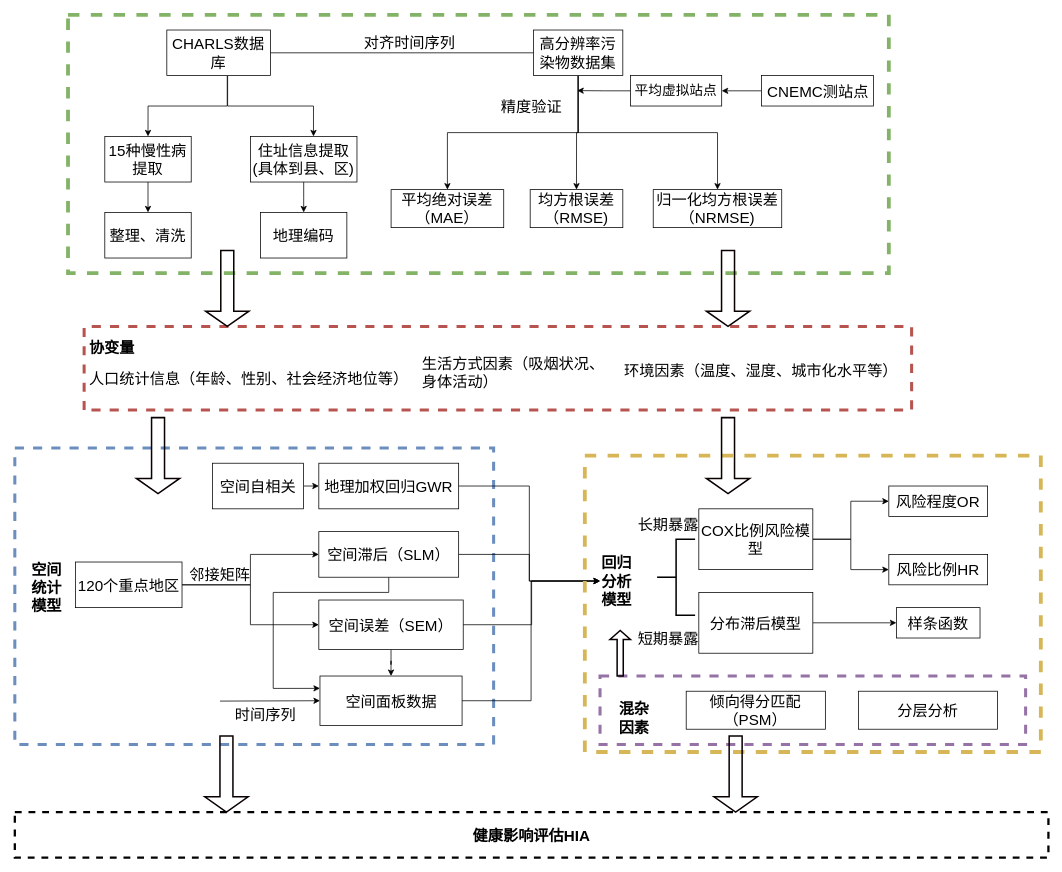
1059363121/iodraw-files keeps this draw.io diagram as page "第 1 页" (1 of 2) of all/技术路线.drawio. Above is the earlier version. Source tidied: cells renumbered, new cells numbered last; positions are measured from the earlier drawing's top-left corner, leaving out a move shared by most shapes. Both pictures are drawn from the tidied source at 76%, with x=0, y=0 at pixel (14, -46).
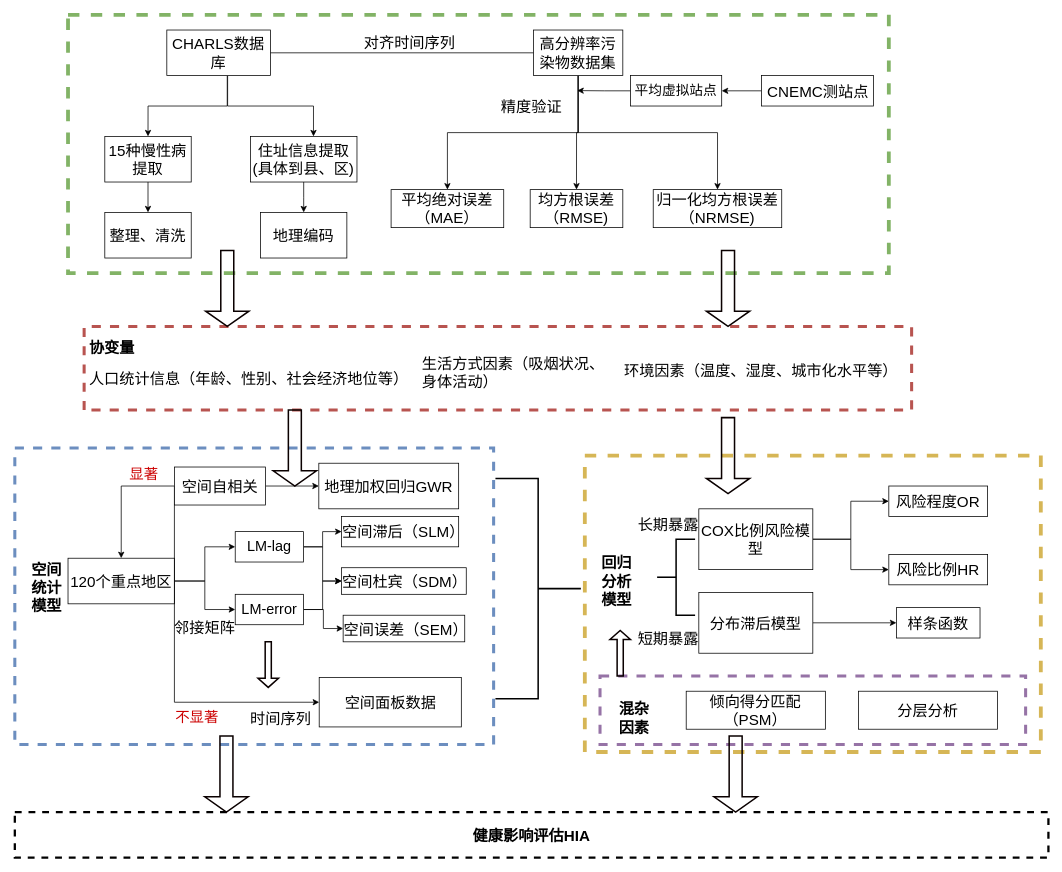
Above is the later version.

Commit message:
更新技术路线.drawio

The change refers to these unchanged cells:
```xml
<mxCell id="2" style="group;fillColor=none;fontSize=20;" parent="1" vertex="1">
  <mxGeometry y="649" width="630" height="390" as="geometry" />
</mxCell>
<mxCell id="4" value="地理加权回归GWR" style="whiteSpace=wrap;fontSize=20;" parent="2" vertex="1">
  <mxGeometry x="400" y="20" width="184" height="60" as="geometry" />
</mxCell>
<mxCell id="38" value="回归分析模型" style="text;align=left;verticalAlign=middle;whiteSpace=wrap;rounded=0;fontSize=20;fontStyle=1;" parent="1" vertex="1">
  <mxGeometry x="770" y="639" width="60" height="370" as="geometry" />
</mxCell>
```

Change to the diagram source:
```diff
@@
-    <mxCell id="5" style="edgeStyle=orthogonalEdgeStyle;rounded=0;jettySize=auto;html=1;exitX=0.5;exitY=1;exitDx=0;exitDy=0;" parent="2" edge="1" source="6" target="7">
-      <mxGeometry relative="1" as="geometry" />
-    </mxCell>
     <mxCell id="6" value="空间误差（SEM）" style="whiteSpace=wrap;strokeColor=default;align=center;verticalAlign=middle;fontFamily=Helvetica;fontSize=20;fontColor=default;fillColor=default;" parent="2" vertex="1">
-      <mxGeometry x="400" y="200" width="190" height="65" as="geometry" />
+      <mxGeometry x="432" y="220" width="160" height="35" as="geometry" />
     </mxCell>
     <mxCell id="7" value="空间面板数据" style="whiteSpace=wrap;fontSize=20;" parent="2" vertex="1">
-      <mxGeometry x="401.5" y="300" width="187" height="65" as="geometry" />
+      <mxGeometry x="400.5" y="302" width="187" height="65" as="geometry" />
     </mxCell>
-    <mxCell id="8" style="edgeStyle=orthogonalEdgeStyle;rounded=0;jettySize=auto;entryX=0;entryY=0.5;entryDx=0;entryDy=0;fontSize=20;" parent="2" edge="1" source="10" target="13">
+    <mxCell id="8" style="edgeStyle=orthogonalEdgeStyle;rounded=0;jettySize=auto;fontSize=20;" parent="2" edge="1" source="10" target="83">
       <mxGeometry relative="1" as="geometry" />
     </mxCell>
-    <mxCell id="9" style="edgeStyle=orthogonalEdgeStyle;rounded=0;jettySize=auto;exitX=1;exitY=0.5;exitDx=0;exitDy=0;entryX=0;entryY=0.5;entryDx=0;entryDy=0;fontSize=20;" parent="2" edge="1" source="10" target="6">
+    <mxCell id="9" style="edgeStyle=orthogonalEdgeStyle;rounded=0;jettySize=auto;exitX=1;exitY=0.5;exitDx=0;exitDy=0;entryX=0;entryY=0.5;entryDx=0;entryDy=0;fontSize=20;" parent="2" edge="1" source="10" target="86">
       <mxGeometry relative="1" as="geometry" />
     </mxCell>
     <mxCell id="10" value="120个重点地区" style="whiteSpace=wrap;rounded=0;strokeColor=default;align=center;verticalAlign=middle;fontFamily=Helvetica;fontSize=20;fontColor=default;fillColor=default;" parent="2" vertex="1">
-      <mxGeometry x="80" y="150" width="140" height="60" as="geometry" />
+      <mxGeometry x="70" y="145" width="140" height="60" as="geometry" />
     </mxCell>
     <mxCell id="11" value="邻接矩阵" style="text;align=center;verticalAlign=middle;strokeColor=none;fillColor=none;fontSize=20;" parent="2" vertex="1">
-      <mxGeometry x="220" y="145" width="100" height="40" as="geometry" />
+      <mxGeometry x="200" y="215" width="100" height="40" as="geometry" />
     </mxCell>
-    <mxCell id="12" style="edgeStyle=orthogonalEdgeStyle;rounded=0;jettySize=auto;html=1;exitX=0.5;exitY=1;exitDx=0;exitDy=0;entryX=0;entryY=0.25;entryDx=0;entryDy=0;" parent="2" edge="1" source="13" target="7">
-      <mxGeometry relative="1" as="geometry">
-        <Array as="points">
-          <mxPoint x="492" y="190" />
-          <mxPoint x="340" y="190" />
-          <mxPoint x="340" y="316" />
-        </Array>
-      </mxGeometry>
-    </mxCell>
     <mxCell id="13" value="空间滞后（SLM）" style="whiteSpace=wrap;fontSize=20;" parent="2" vertex="1">
-      <mxGeometry x="400" y="110" width="184" height="60" as="geometry" />
+      <mxGeometry x="430" y="90" width="154" height="40" as="geometry" />
     </mxCell>
-    <mxCell id="14" style="endArrow=classic;rounded=0;entryX=0;entryY=0.5;entryDx=0;entryDy=0;fontSize=20;" parent="2" edge="1" target="7">
-      <mxGeometry relative="1" as="geometry">
-        <mxPoint x="270" y="333" as="sourcePoint" />
-      </mxGeometry>
-    </mxCell>
     <mxCell id="15" value="时间序列" style="text;align=center;verticalAlign=middle;strokeColor=none;fillColor=none;fontSize=20;" parent="2" vertex="1">
-      <mxGeometry x="280" y="330" width="100" height="40" as="geometry" />
+      <mxGeometry x="300" y="335" width="100" height="40" as="geometry" />
     </mxCell>
@@
+    <mxCell id="79" style="edgeStyle=orthogonalEdgeStyle;rounded=0;jettySize=auto;html=1;exitX=0;exitY=0.5;exitDx=0;exitDy=0;entryX=0.5;entryY=0;entryDx=0;entryDy=0;" parent="2" edge="1" source="18" target="10">
+      <mxGeometry relative="1" as="geometry" />
+    </mxCell>
+    <mxCell id="80" style="edgeStyle=orthogonalEdgeStyle;rounded=0;jettySize=auto;html=1;exitX=0;exitY=0.5;exitDx=0;exitDy=0;entryX=0;entryY=0.5;entryDx=0;entryDy=0;" parent="2" edge="1" source="18" target="7">
+      <mxGeometry relative="1" as="geometry">
+        <Array as="points">
+          <mxPoint x="210" y="335" />
+        </Array>
+      </mxGeometry>
+    </mxCell>
     <mxCell id="18" value="&lt;font style=&quot;font-size: 20px;&quot;&gt;空间自相关&lt;/font&gt;" style="rounded=0;whiteSpace=wrap;html=1;" parent="2" vertex="1">
-      <mxGeometry x="260" y="20" width="120" height="60" as="geometry" />
+      <mxGeometry x="210" y="25" width="120" height="50" as="geometry" />
     </mxCell>
+    <mxCell id="81" style="edgeStyle=orthogonalEdgeStyle;rounded=0;jettySize=auto;html=1;exitX=1;exitY=0.5;exitDx=0;exitDy=0;" parent="2" edge="1" source="83" target="13">
+      <mxGeometry relative="1" as="geometry" />
+    </mxCell>
+    <mxCell id="82" style="edgeStyle=orthogonalEdgeStyle;rounded=0;jettySize=auto;html=1;exitX=1;exitY=0.5;exitDx=0;exitDy=0;entryX=0;entryY=0.5;entryDx=0;entryDy=0;" parent="2" edge="1" source="83" target="87">
+      <mxGeometry relative="1" as="geometry" />
+    </mxCell>
+    <mxCell id="83" value="&lt;font style=&quot;font-size: 19px;&quot;&gt;LM-lag&lt;/font&gt;" style="rounded=0;whiteSpace=wrap;html=1;" parent="2" vertex="1">
+      <mxGeometry x="290" y="110" width="90" height="40" as="geometry" />
+    </mxCell>
+    <mxCell id="84" style="edgeStyle=orthogonalEdgeStyle;rounded=0;jettySize=auto;html=1;exitX=1;exitY=0.5;exitDx=0;exitDy=0;" parent="2" edge="1" source="86" target="87">
+      <mxGeometry relative="1" as="geometry" />
+    </mxCell>
+    <mxCell id="85" style="edgeStyle=orthogonalEdgeStyle;rounded=0;jettySize=auto;html=1;exitX=1;exitY=0.5;exitDx=0;exitDy=0;" parent="2" edge="1" source="86" target="6">
+      <mxGeometry relative="1" as="geometry" />
+    </mxCell>
+    <mxCell id="86" value="&lt;font style=&quot;font-size: 19px;&quot;&gt;LM-error&lt;/font&gt;" style="rounded=0;whiteSpace=wrap;html=1;" parent="2" vertex="1">
+      <mxGeometry x="290" y="192.5" width="90" height="40" as="geometry" />
+    </mxCell>
+    <mxCell id="87" value="空间杜宾（SDM）" style="whiteSpace=wrap;fontSize=20;" parent="2" vertex="1">
+      <mxGeometry x="430" y="157.5" width="164" height="35" as="geometry" />
+    </mxCell>
+    <mxCell id="88" style="shape=singleArrow;direction=south;whiteSpace=wrap;fillColor=none;strokeColor=#0A0000;fontSize=20;rotation=0;strokeWidth=2;align=center;verticalAlign=middle;fontFamily=Helvetica;fontColor=default;" parent="2" vertex="1">
+      <mxGeometry x="320" y="255" width="26.9" height="60" as="geometry" />
+    </mxCell>
+    <mxCell id="89" value="&lt;font color=&quot;#cc0000&quot; style=&quot;font-size: 19px;&quot;&gt;显著&lt;/font&gt;" style="text;html=1;align=center;verticalAlign=middle;whiteSpace=wrap;rounded=0;" parent="2" vertex="1">
+      <mxGeometry x="140" y="20" width="60" height="30" as="geometry" />
+    </mxCell>
+    <mxCell id="90" value="&lt;font color=&quot;#cc0000&quot; style=&quot;font-size: 19px;&quot;&gt;不显著&lt;/font&gt;" style="text;html=1;align=center;verticalAlign=middle;whiteSpace=wrap;rounded=0;" parent="2" vertex="1">
+      <mxGeometry x="210" y="340" width="60" height="30" as="geometry" />
+    </mxCell>
@@
-    <mxCell id="25" style="edgeStyle=orthogonalEdgeStyle;rounded=0;jettySize=auto;exitX=1;exitY=0.5;exitDx=0;exitDy=0;fontSize=20;" parent="1" edge="1" source="4" target="38">
-      <mxGeometry relative="1" as="geometry" />
-    </mxCell>
-    <mxCell id="26" style="edgeStyle=orthogonalEdgeStyle;rounded=0;jettySize=auto;exitX=1;exitY=0.5;exitDx=0;exitDy=0;entryX=0;entryY=0.5;entryDx=0;entryDy=0;fontSize=20;" parent="1" edge="1" source="13" target="38">
-      <mxGeometry relative="1" as="geometry" />
-    </mxCell>
-    <mxCell id="27" style="edgeStyle=orthogonalEdgeStyle;rounded=0;jettySize=auto;exitX=1;exitY=0.5;exitDx=0;exitDy=0;fontSize=20;" parent="1" edge="1" source="6" target="38">
-      <mxGeometry relative="1" as="geometry" />
-    </mxCell>
-    <mxCell id="28" style="edgeStyle=orthogonalEdgeStyle;rounded=0;jettySize=auto;exitX=1;exitY=0.5;exitDx=0;exitDy=0;entryX=0;entryY=0.5;entryDx=0;entryDy=0;fontSize=20;" parent="1" edge="1" source="7" target="38">
-      <mxGeometry relative="1" as="geometry" />
-    </mxCell>
@@
-    <mxCell id="76" style="shape=singleArrow;direction=south;whiteSpace=wrap;fillColor=none;strokeColor=#0A0000;fontSize=20;strokeWidth=2;" parent="1" vertex="1">
-      <mxGeometry x="160" y="609" width="56.9" height="100" as="geometry" />
-    </mxCell>
@@
+    <mxCell id="76" style="shape=singleArrow;direction=south;whiteSpace=wrap;fillColor=none;strokeColor=#0A0000;fontSize=20;strokeWidth=2;" parent="1" vertex="1">
+      <mxGeometry x="340" y="599" width="56.9" height="100" as="geometry" />
+    </mxCell>
+    <mxCell id="91" style="strokeWidth=2;shape=mxgraph.flowchart.annotation_2;align=left;labelPosition=right;fontSize=20;rotation=-180;" parent="1" vertex="1">
+      <mxGeometry x="632.4" y="689" width="112.4" height="290" as="geometry" />
+    </mxCell>
```
